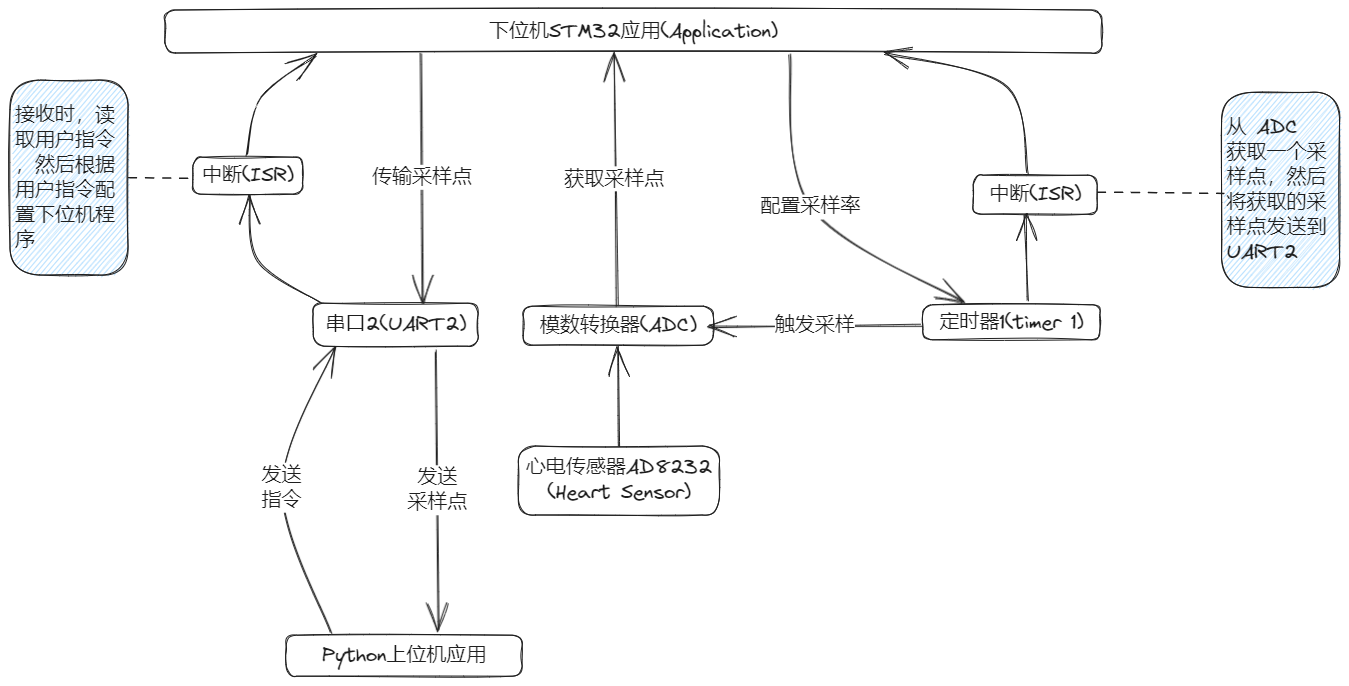
Before: stm32-heart-monitor/images/硬件架构图.png, a diagram exported from Excalidraw (confucianzuoyuan/embedded-tutorial). Source tidied: one line per element, renumbered; positions are measured from the earlier drawing's top-left corner, leaving out a move shared by most shapes.
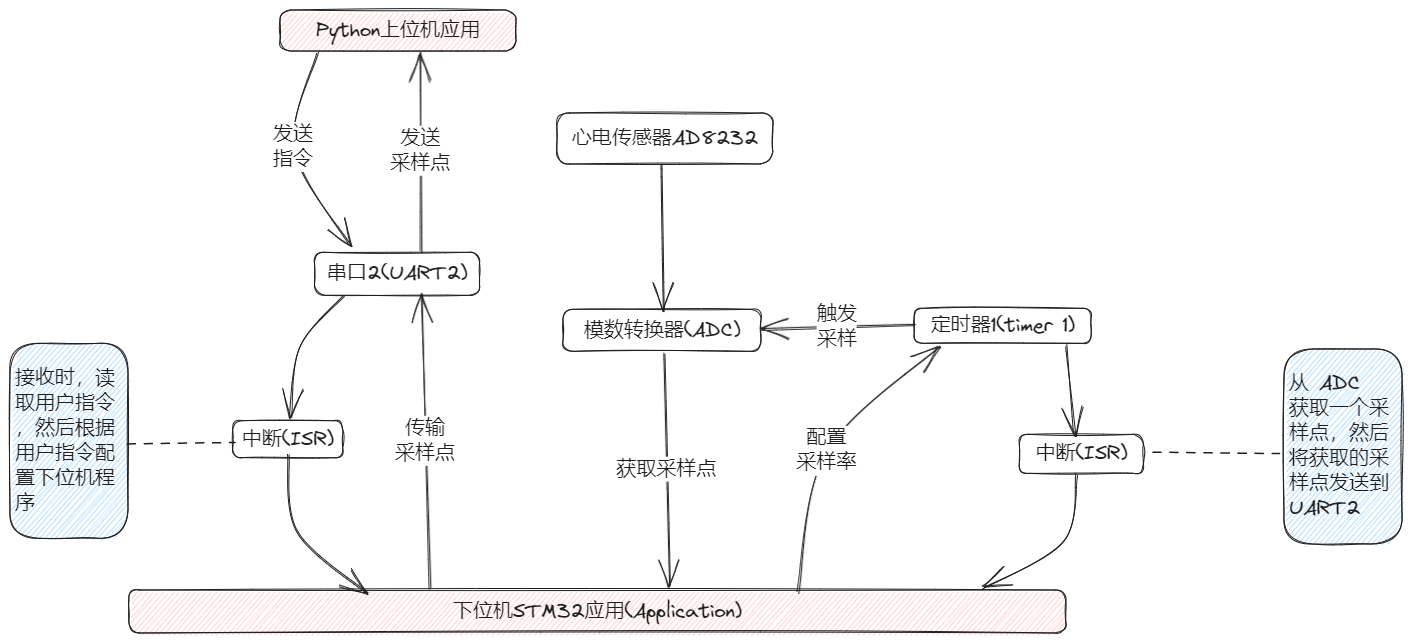
The same file after the commit.

Diff of the diagram source:
```diff
@@ -1,39 +1,39 @@
-{"id": 0, "type": "rectangle", "strokeColor": "#1e1e1e", "strokeWidth": 1, "roughness": 1, "round": true, "x": 155, "y": 0, "width": 937, "height": 43}
+{"id": 39, "type": "rectangle", "strokeColor": "#1e1e1e", "backgroundColor": "#ffc9c9", "fillStyle": "hachure", "strokeWidth": 1, "roughness": 1, "round": true, "x": 125, "y": 1349, "width": 937, "height": 43}
-{"id": 1, "type": "text", "text": "下位机STM32应用(Application)", "strokeColor": "#1e1e1e", "strokeWidth": 1, "roughness": 1, "fontSize": 20, "fontFamily": 1, "textAlign": "center", "verticalAlign": "middle", "inside": 0, "x": 479, "y": 9, "width": 288, "height": 25}
+{"id": 1, "type": "text", "text": "下位机STM32应用(Application)", "strokeColor": "#1e1e1e", "strokeWidth": 1, "roughness": 1, "fontSize": 20, "fontFamily": 1, "textAlign": "center", "verticalAlign": "middle", "inside": 39, "x": 450, "y": 1358, "width": 288, "height": 25}
-{"id": 2, "type": "rectangle", "strokeColor": "#1e1e1e", "strokeWidth": 1, "roughness": 1, "round": true, "x": 183, "y": 147, "width": 110, "height": 37}
-{"id": 3, "type": "text", "text": "中断(ISR)", "strokeColor": "#1e1e1e", "strokeWidth": 1, "roughness": 1, "fontSize": 20, "fontFamily": 1, "textAlign": "center", "verticalAlign": "middle", "inside": 2, "x": 192, "y": 153, "width": 92, "height": 25}
-{"id": 4, "type": "rectangle", "strokeColor": "#1e1e1e", "strokeWidth": 1, "roughness": 1, "round": true, "x": 963, "y": 165, "width": 124, "height": 39}
-{"id": 5, "type": "text", "text": "中断(ISR)", "strokeColor": "#1e1e1e", "strokeWidth": 1, "roughness": 1, "fontSize": 20, "fontFamily": 1, "textAlign": "center", "verticalAlign": "middle", "inside": 4, "x": 979, "y": 172, "width": 92, "height": 25}
-{"id": 6, "type": "rectangle", "strokeColor": "#1e1e1e", "strokeWidth": 1, "roughness": 1, "round": true, "x": 913, "y": 295, "width": 177, "height": 35}
+{"id": 40, "type": "rectangle", "strokeColor": "#1e1e1e", "backgroundColor": "#ffc9c9", "fillStyle": "hachure", "strokeWidth": 1, "roughness": 1, "round": true, "x": 277, "y": 769, "width": 236, "height": 41}
+{"id": 13, "type": "text", "text": "Python上位机应用", "strokeColor": "#1e1e1e", "strokeWidth": 1, "roughness": 1, "fontSize": 20, "fontFamily": 1, "textAlign": "center", "verticalAlign": "middle", "inside": 40, "x": 313, "y": 777, "width": 164, "height": 25}
+{"id": 41, "type": "rectangle", "strokeColor": "#1e1e1e", "strokeWidth": 1, "roughness": 1, "round": true, "x": 553, "y": 872, "width": 216, "height": 51}
+{"id": 42, "type": "text", "text": "心电传感器AD8232", "strokeColor": "#1e1e1e", "strokeWidth": 1, "roughness": 1, "fontSize": 20, "fontFamily": 1, "textAlign": "center", "verticalAlign": "middle", "inside": 41, "x": 568, "y": 885, "width": 186, "height": 25}
+{"id": 43, "type": "rectangle", "strokeColor": "#1e1e1e", "strokeWidth": 1, "roughness": 1, "round": true, "x": 560, "y": 1068, "width": 198, "height": 42}
+{"id": 11, "type": "text", "text": "模数转换器(ADC)", "strokeColor": "#1e1e1e", "strokeWidth": 1, "roughness": 1, "fontSize": 20, "fontFamily": 1, "textAlign": "center", "verticalAlign": "middle", "inside": 43, "x": 580, "y": 1077, "width": 157, "height": 25}
+{"id": 44, "type": "arrow", "strokeColor": "#1e1e1e", "backgroundColor": "#ffc9c9", "fillStyle": "hachure", "strokeWidth": 1, "roughness": 1, "endArrowhead": "arrow", "round": true, "from": 41, "x": 658, "y": 923, "width": 3, "height": 147, "points": [[0, 0], [3, 147]]}
+{"id": 45, "type": "arrow", "strokeColor": "#1e1e1e", "backgroundColor": "#ffc9c9", "fillStyle": "hachure", "strokeWidth": 1, "roughness": 1, "endArrowhead": "arrow", "round": true, "from": 43, "to": 39, "x": 660, "y": 1112, "width": 5, "height": 232, "points": [[0, 0], [5, 232]]}
+{"id": 21, "type": "text", "text": "获取采样点", "strokeColor": "#1e1e1e", "backgroundColor": "#ffc9c9", "fillStyle": "hachure", "strokeWidth": 1, "roughness": 1, "fontSize": 20, "fontFamily": 1, "textAlign": "center", "verticalAlign": "middle", "inside": 45, "x": 613, "y": 1215, "width": 100, "height": 25}
+{"id": 46, "type": "rectangle", "strokeColor": "#1e1e1e", "strokeWidth": 1, "roughness": 1, "round": true, "x": 311, "y": 1011, "width": 165, "height": 43}
+{"id": 16, "type": "text", "text": "串口2(UART2)", "strokeColor": "#1e1e1e", "strokeWidth": 1, "roughness": 1, "fontSize": 20, "fontFamily": 1, "textAlign": "center", "verticalAlign": "middle", "inside": 46, "x": 323, "y": 1020, "width": 141, "height": 25}
+{"id": 47, "type": "arrow", "strokeColor": "#1e1e1e", "backgroundColor": "#ffc9c9", "fillStyle": "hachure", "strokeWidth": 1, "roughness": 1, "endArrowhead": "arrow", "round": true, "from": 46, "to": 40, "x": 418, "y": 1009, "width": 1, "height": 199, "points": [[0, 0], [-1, -199]]}
+{"id": 33, "type": "text", "text": "发送\n采样点", "strokeColor": "#1e1e1e", "backgroundColor": "#ffc9c9", "fillStyle": "hachure", "strokeWidth": 1, "roughness": 1, "fontSize": 20, "fontFamily": 1, "textAlign": "center", "verticalAlign": "middle", "inside": 47, "x": 387, "y": 885, "width": 60, "height": 50}
+{"id": 48, "type": "arrow", "strokeColor": "#1e1e1e", "backgroundColor": "#ffc9c9", "fillStyle": "hachure", "strokeWidth": 1, "roughness": 1, "endArrowhead": "arrow", "round": true, "from": 40, "to": 46, "x": 312, "y": 811, "width": 56, "height": 193, "points": [[0, 0], [-23, 95], [33, 193]]}
+{"id": 35, "type": "text", "text": "发送\n指令", "strokeColor": "#1e1e1e", "backgroundColor": "#ffc9c9", "fillStyle": "hachure", "strokeWidth": 1, "roughness": 1, "fontSize": 20, "fontFamily": 1, "textAlign": "center", "verticalAlign": "middle", "inside": 48, "x": 270, "y": 881, "width": 40, "height": 50}
+{"id": 49, "type": "arrow", "strokeColor": "#1e1e1e", "backgroundColor": "#ffc9c9", "fillStyle": "hachure", "strokeWidth": 1, "roughness": 1, "endArrowhead": "arrow", "round": true, "from": 39, "x": 426, "y": 1348, "width": 8, "height": 296, "points": [[0, 0], [-8, -296]]}
+{"id": 50, "type": "text", "text": "传输\n采样点", "strokeColor": "#1e1e1e", "backgroundColor": "#ffc9c9", "fillStyle": "hachure", "strokeWidth": 1, "roughness": 1, "fontSize": 20, "fontFamily": 1, "textAlign": "center", "verticalAlign": "middle", "inside": 49, "x": 392, "y": 1175, "width": 60, "height": 50}
+{"id": 51, "type": "rectangle", "strokeColor": "#1e1e1e", "strokeWidth": 1, "roughness": 1, "round": true, "x": 229, "y": 1179, "width": 110, "height": 37}
+{"id": 52, "type": "text", "text": "中断(ISR)", "strokeColor": "#1e1e1e", "strokeWidth": 1, "roughness": 1, "fontSize": 20, "fontFamily": 1, "textAlign": "center", "verticalAlign": "middle", "inside": 51, "x": 238, "y": 1185, "width": 92, "height": 25}
+{"id": 53, "type": "arrow", "strokeColor": "#1e1e1e", "backgroundColor": "#ffc9c9", "fillStyle": "hachure", "strokeWidth": 1, "roughness": 1, "endArrowhead": "arrow", "round": true, "from": 46, "to": 51, "x": 340, "y": 1055, "width": 53, "height": 121, "points": [[0, 0], [-44, 51], [-53, 121]]}
+{"id": 54, "type": "arrow", "strokeColor": "#1e1e1e", "backgroundColor": "#ffc9c9", "fillStyle": "hachure", "strokeWidth": 1, "roughness": 1, "endArrowhead": "arrow", "round": true, "x": 286, "y": 1213, "width": 79, "height": 139, "points": [[0, 0], [8, 77], [79, 139]]}
+{"id": 55, "type": "rectangle", "strokeColor": "#1e1e1e", "backgroundColor": "#a5d8ff", "fillStyle": "hachure", "strokeWidth": 1, "roughness": 1, "round": true, "x": 7, "y": 1102, "width": 118, "height": 195}
+{"id": 38, "type": "text", "text": "接收时，读\n取用户指令\n，然后根据\n用户指令配\n置下位机程\n序", "strokeColor": "#1e1e1e", "backgroundColor": "#a5d8ff", "fillStyle": "hachure", "strokeWidth": 1, "strokeStyle": "dashed", "roughness": 1, "fontSize": 20, "fontFamily": 1, "verticalAlign": "middle", "inside": 55, "x": 12, "y": 1125, "width": 100, "height": 150}
+{"id": 56, "type": "line", "strokeColor": "#1e1e1e", "backgroundColor": "#a5d8ff", "fillStyle": "hachure", "strokeWidth": 1, "strokeStyle": "dashed", "roughness": 1, "round": true, "x": 123, "y": 1202, "width": 108, "height": 1, "points": [[0, 0], [108, -1]]}
+{"id": 57, "type": "rectangle", "strokeColor": "#1e1e1e", "strokeWidth": 1, "roughness": 1, "round": true, "x": 911, "y": 1067, "width": 177, "height": 35}
-{"id": 7, "type": "text", "text": "定时器1(timer 1)", "strokeColor": "#1e1e1e", "strokeWidth": 1, "roughness": 1, "fontSize": 20, "fontFamily": 1, "textAlign": "center", "verticalAlign": "middle", "inside": 6, "x": 929, "y": 300, "width": 144, "height": 25}
+{"id": 7, "type": "text", "text": "定时器1(timer 1)", "strokeColor": "#1e1e1e", "strokeWidth": 1, "roughness": 1, "fontSize": 20, "fontFamily": 1, "textAlign": "center", "verticalAlign": "middle", "inside": 57, "x": 927, "y": 1072, "width": 144, "height": 25}
-{"id": 8, "type": "rectangle", "strokeColor": "#1e1e1e", "strokeWidth": 1, "roughness": 1, "round": true, "x": 508, "y": 436, "width": 201, "height": 69}
-{"id": 9, "type": "text", "text": "心电传感器AD8232\n(Heart Sensor)", "strokeColor": "#1e1e1e", "strokeWidth": 1, "roughness": 1, "fontSize": 20, "fontFamily": 1, "textAlign": "center", "verticalAlign": "middle", "inside": 8, "x": 516, "y": 445, "width": 186, "height": 50}
-{"id": 10, "type": "rectangle", "strokeColor": "#1e1e1e", "strokeWidth": 1, "roughness": 1, "round": true, "x": 513, "y": 296, "width": 190, "height": 39}
-{"id": 11, "type": "text", "text": "模数转换器(ADC)", "strokeColor": "#1e1e1e", "strokeWidth": 1, "roughness": 1, "fontSize": 20, "fontFamily": 1, "textAlign": "center", "verticalAlign": "middle", "inside": 10, "x": 530, "y": 303, "width": 157, "height": 25}
-{"id": 12, "type": "rectangle", "strokeColor": "#1e1e1e", "strokeWidth": 1, "roughness": 1, "round": true, "x": 276, "y": 625, "width": 236, "height": 41}
-{"id": 13, "type": "text", "text": "Python上位机应用", "strokeColor": "#1e1e1e", "strokeWidth": 1, "roughness": 1, "fontSize": 20, "fontFamily": 1, "textAlign": "center", "verticalAlign": "middle", "inside": 12, "x": 312, "y": 633, "width": 164, "height": 25}
-{"id": 14, "type": "arrow", "strokeColor": "#1e1e1e", "angle": 0.04, "strokeWidth": 1, "roughness": 1, "endArrowhead": "arrow", "round": true, "from": 2, "to": 0, "x": 239, "y": 147, "width": 64, "height": 103, "points": [[0, 0], [11, -59], [64, -103]]}
-{"id": 15, "type": "rectangle", "strokeColor": "#1e1e1e", "strokeWidth": 1, "roughness": 1, "round": true, "x": 303, "y": 293, "width": 165, "height": 43}
-{"id": 16, "type": "text", "text": "串口2(UART2)", "strokeColor": "#1e1e1e", "strokeWidth": 1, "roughness": 1, "fontSize": 20, "fontFamily": 1, "textAlign": "center", "verticalAlign": "middle", "inside": 15, "x": 315, "y": 302, "width": 141, "height": 25}
-{"id": 17, "type": "arrow", "strokeColor": "#1e1e1e", "strokeWidth": 1, "roughness": 1, "endArrowhead": "arrow", "round": true, "from": 15, "to": 2, "x": 310, "y": 293, "width": 70, "height": 107, "points": [[0, 0], [-62, -43], [-70, -107]]}
-{"id": 18, "type": "arrow", "strokeColor": "#1e1e1e", "strokeWidth": 1, "roughness": 1, "endArrowhead": "arrow", "round": true, "to": 15, "x": 411, "y": 42, "width": 2, "height": 250, "points": [[0, 0], [2, 250]]}
-{"id": 19, "type": "text", "text": "传输采样点", "strokeColor": "#1e1e1e", "strokeWidth": 1, "roughness": 1, "fontSize": 20, "fontFamily": 1, "textAlign": "center", "verticalAlign": "middle", "inside": 18, "x": 362, "y": 155, "width": 100, "height": 25}
-{"id": 20, "type": "arrow", "strokeColor": "#1e1e1e", "strokeWidth": 1, "roughness": 1, "endArrowhead": "arrow", "round": true, "x": 606, "y": 297, "width": 3, "height": 255, "points": [[0, 0], [-3, -255]]}
-{"id": 21, "type": "text", "text": "获取采样点", "strokeColor": "#1e1e1e", "strokeWidth": 1, "roughness": 1, "fontSize": 20, "fontFamily": 1, "textAlign": "center", "verticalAlign": "middle", "inside": 20, "x": 554, "y": 157, "width": 100, "height": 25}
-{"id": 22, "type": "arrow", "strokeColor": "#1e1e1e", "strokeWidth": 1, "roughness": 1, "endArrowhead": "arrow", "round": true, "to": 10, "x": 609, "y": 436, "width": 2, "height": 99, "points": [[0, 0], [-2, -99]]}
-{"id": 23, "type": "arrow", "strokeColor": "#1e1e1e", "strokeWidth": 1, "roughness": 1, "endArrowhead": "arrow", "round": true, "from": 6, "x": 912, "y": 314, "width": 214, "height": 2, "points": [[0, 0], [-214, 2]]}
-{"id": 24, "type": "text", "text": "触发采样", "strokeColor": "#1e1e1e", "strokeWidth": 1, "roughness": 1, "fontSize": 20, "fontFamily": 1, "textAlign": "center", "verticalAlign": "middle", "inside": 23, "x": 765, "y": 303, "width": 80, "height": 25}
-{"id": 25, "type": "arrow", "strokeColor": "#1e1e1e", "strokeWidth": 1, "roughness": 1, "endArrowhead": "arrow", "round": true, "from": 4, "to": 0, "x": 1018, "y": 164, "width": 145, "height": 120, "points": [[0, 0], [-23, -88], [-145, -120]]}
-{"id": 26, "type": "arrow", "strokeColor": "#1e1e1e", "strokeWidth": 1, "roughness": 1, "endArrowhead": "arrow", "round": true, "from": 0, "to": 6, "x": 780, "y": 43, "width": 176, "height": 249, "points": [[0, 0], [21, 154], [176, 249]]}
-{"id": 27, "type": "text", "text": "配置采样率", "strokeColor": "#1e1e1e", "strokeWidth": 1, "roughness": 1, "fontSize": 20, "fontFamily": 1, "textAlign": "center", "verticalAlign": "middle", "inside": 26, "x": 750, "y": 184, "width": 100, "height": 25}
-{"id": 28, "type": "arrow", "strokeColor": "#1e1e1e", "strokeWidth": 1, "roughness": 1, "endArrowhead": "arrow", "round": true, "from": 6, "x": 1018, "y": 291, "width": 3, "height": 87, "points": [[0, 0], [-3, -87]]}
-{"id": 29, "type": "rectangle", "strokeColor": "#1e1e1e", "backgroundColor": "#a5d8ff", "fillStyle": "hachure", "strokeWidth": 1, "roughness": 1, "round": true, "x": 1212, "y": 82, "width": 118, "height": 195}
+{"id": 58, "type": "arrow", "strokeColor": "#1e1e1e", "backgroundColor": "#ffc9c9", "fillStyle": "hachure", "strokeWidth": 1, "roughness": 1, "endArrowhead": "arrow", "round": true, "x": 911, "y": 1084, "width": 155, "height": 4, "points": [[0, 0], [-155, 4]]}
+{"id": 59, "type": "text", "text": "触发\n采样", "strokeColor": "#1e1e1e", "backgroundColor": "#ffc9c9", "fillStyle": "hachure", "strokeWidth": 1, "roughness": 1, "fontSize": 20, "fontFamily": 1, "textAlign": "center", "verticalAlign": "middle", "inside": 58, "x": 814, "y": 1061, "width": 40, "height": 50}
+{"id": 60, "type": "arrow", "strokeColor": "#1e1e1e", "backgroundColor": "#ffc9c9", "fillStyle": "hachure", "strokeWidth": 1, "roughness": 1, "endArrowhead": "arrow", "round": true, "to": 57, "x": 794, "y": 1351, "width": 143, "height": 247, "points": [[0, 0], [29, -141], [143, -247]]}
+{"id": 61, "type": "text", "text": "配置\n采样率", "strokeColor": "#1e1e1e", "backgroundColor": "#ffc9c9", "fillStyle": "hachure", "strokeWidth": 1, "roughness": 1, "fontSize": 20, "fontFamily": 1, "textAlign": "center", "verticalAlign": "middle", "inside": 60, "x": 953, "y": 1210, "width": 60, "height": 50}
+{"id": 62, "type": "rectangle", "strokeColor": "#1e1e1e", "strokeWidth": 1, "roughness": 1, "round": true, "x": 1016, "y": 1193, "width": 124, "height": 39}
+{"id": 63, "type": "text", "text": "中断(ISR)", "strokeColor": "#1e1e1e", "strokeWidth": 1, "roughness": 1, "fontSize": 20, "fontFamily": 1, "textAlign": "center", "verticalAlign": "middle", "inside": 62, "x": 1032, "y": 1200, "width": 92, "height": 25}
+{"id": 64, "type": "arrow", "strokeColor": "#1e1e1e", "backgroundColor": "#ffc9c9", "fillStyle": "hachure", "strokeWidth": 1, "roughness": 1, "endArrowhead": "arrow", "round": true, "from": 57, "x": 1063, "y": 1104, "width": 8, "height": 91, "points": [[0, 0], [8, 91]]}
+{"id": 65, "type": "arrow", "strokeColor": "#1e1e1e", "backgroundColor": "#ffc9c9", "fillStyle": "hachure", "strokeWidth": 1, "roughness": 1, "endArrowhead": "arrow", "round": true, "from": 62, "to": 39, "x": 1074, "y": 1233, "width": 95, "height": 115, "points": [[0, 0], [-13, 67], [-95, 115]]}
+{"id": 66, "type": "rectangle", "strokeColor": "#1e1e1e", "backgroundColor": "#a5d8ff", "fillStyle": "hachure", "strokeWidth": 1, "roughness": 1, "round": true, "x": 1281, "y": 1108, "width": 118, "height": 195}
-{"id": 30, "type": "text", "text": "从 ADC \n获取一个采\n样点，然后\n将获取的采\n样点发送到\nUART2", "strokeColor": "#1e1e1e", "backgroundColor": "#a5d8ff", "fillStyle": "hachure", "strokeWidth": 1, "strokeStyle": "dashed", "roughness": 1, "fontSize": 20, "fontFamily": 1, "verticalAlign": "middle", "inside": 29, "x": 1217, "y": 105, "width": 100, "height": 150}
+{"id": 30, "type": "text", "text": "从 ADC \n获取一个采\n样点，然后\n将获取的采\n样点发送到\nUART2", "strokeColor": "#1e1e1e", "backgroundColor": "#a5d8ff", "fillStyle": "hachure", "strokeWidth": 1, "strokeStyle": "dashed", "roughness": 1, "fontSize": 20, "fontFamily": 1, "verticalAlign": "middle", "inside": 66, "x": 1286, "y": 1130, "width": 100, "height": 150}
-{"id": 31, "type": "line", "strokeColor": "#1e1e1e", "strokeWidth": 1, "strokeStyle": "dashed", "roughness": 1, "round": true, "x": 1087, "y": 183, "width": 126, "height": 0, "points": [[0, 0], [126, 0]]}
-{"id": 32, "type": "arrow", "strokeColor": "#1e1e1e", "backgroundColor": "#a5d8ff", "fillStyle": "hachure", "strokeWidth": 1, "roughness": 1, "endArrowhead": "arrow", "round": true, "from": 15, "to": 12, "x": 425, "y": 340, "width": 4, "height": 280, "points": [[0, 0], [4, 280]]}
-{"id": 33, "type": "text", "text": "发送\n采样点", "strokeColor": "#1e1e1e", "backgroundColor": "#a5d8ff", "fillStyle": "hachure", "strokeWidth": 1, "roughness": 1, "fontSize": 20, "fontFamily": 1, "textAlign": "center", "verticalAlign": "middle", "inside": 32, "x": 397, "y": 455, "width": 60, "height": 50}
-{"id": 34, "type": "arrow", "strokeColor": "#1e1e1e", "backgroundColor": "#a5d8ff", "fillStyle": "hachure", "strokeWidth": 1, "roughness": 1, "endArrowhead": "arrow", "round": true, "from": 12, "to": 15, "x": 322, "y": 624, "width": 54, "height": 287, "points": [[0, 0], [-50, -146], [3, -287]]}
-{"id": 35, "type": "text", "text": "发送\n指令", "strokeColor": "#1e1e1e", "backgroundColor": "#a5d8ff", "fillStyle": "hachure", "strokeWidth": 1, "roughness": 1, "fontSize": 20, "fontFamily": 1, "textAlign": "center", "verticalAlign": "middle", "inside": 34, "x": 252, "y": 453, "width": 40, "height": 50}
-{"id": 36, "type": "line", "strokeColor": "#1e1e1e", "backgroundColor": "#a5d8ff", "fillStyle": "hachure", "strokeWidth": 1, "strokeStyle": "dashed", "roughness": 1, "round": true, "x": 118, "y": 168, "width": 65, "height": 0, "points": [[0, 0], [65, 0]]}
-{"id": 37, "type": "rectangle", "strokeColor": "#1e1e1e", "backgroundColor": "#a5d8ff", "fillStyle": "hachure", "strokeWidth": 1, "roughness": 1, "round": true, "x": 0, "y": 70, "width": 118, "height": 195}
-{"id": 38, "type": "text", "text": "接收时，读\n取用户指令\n，然后根据\n用户指令配\n置下位机程\n序", "strokeColor": "#1e1e1e", "backgroundColor": "#a5d8ff", "fillStyle": "hachure", "strokeWidth": 1, "strokeStyle": "dashed", "roughness": 1, "fontSize": 20, "fontFamily": 1, "verticalAlign": "middle", "inside": 37, "x": 5, "y": 93, "width": 100, "height": 150}
+{"id": 67, "type": "line", "strokeColor": "#1e1e1e", "strokeWidth": 1, "strokeStyle": "dashed", "roughness": 1, "round": true, "x": 1150, "y": 1212, "width": 126, "height": 0, "points": [[0, 0], [126, 0]]}
```
